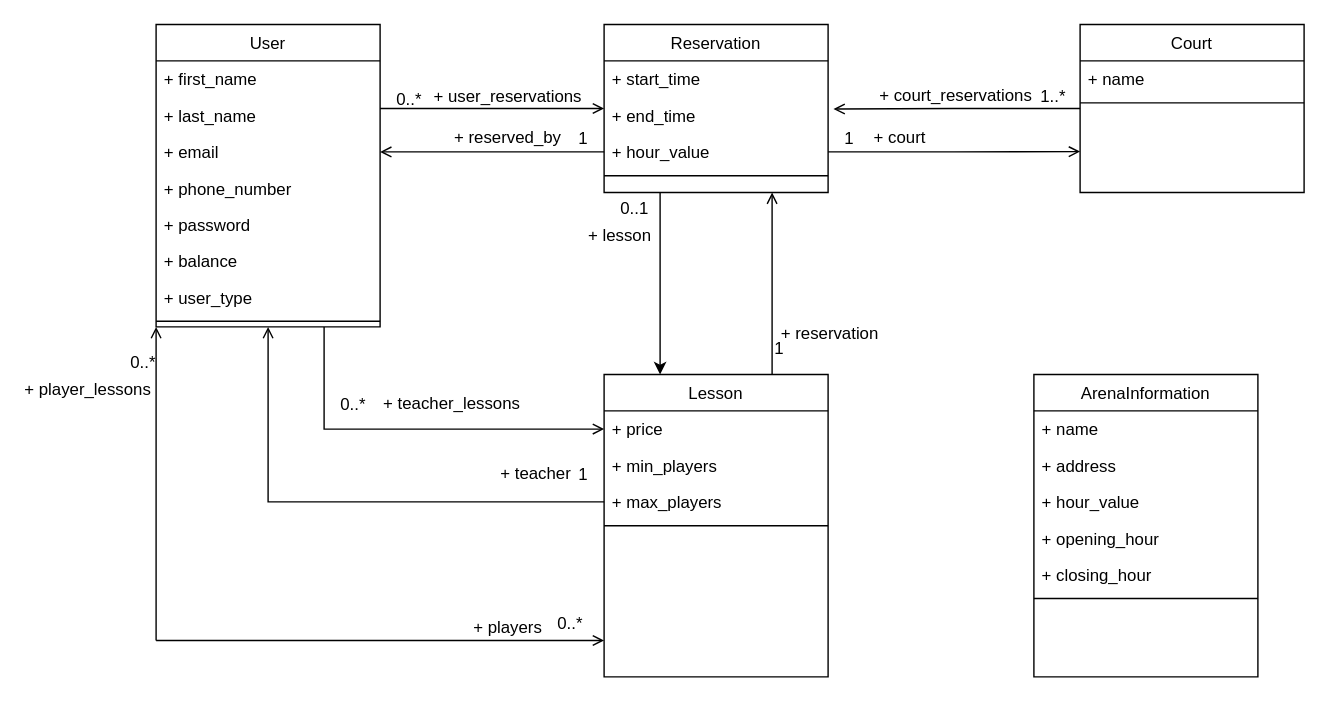
The draw.io diagram Untitled Diagram.drawio in p-schlickmann/async-crawler, before the edit. Source tidied: cells renumbered, new cells numbered last; positions are measured from the earlier drawing's top-left corner, leaving out a move shared by most shapes. Both pictures are drawn from the tidied source at 140%, with x=0, y=0 at pixel (85, 24).
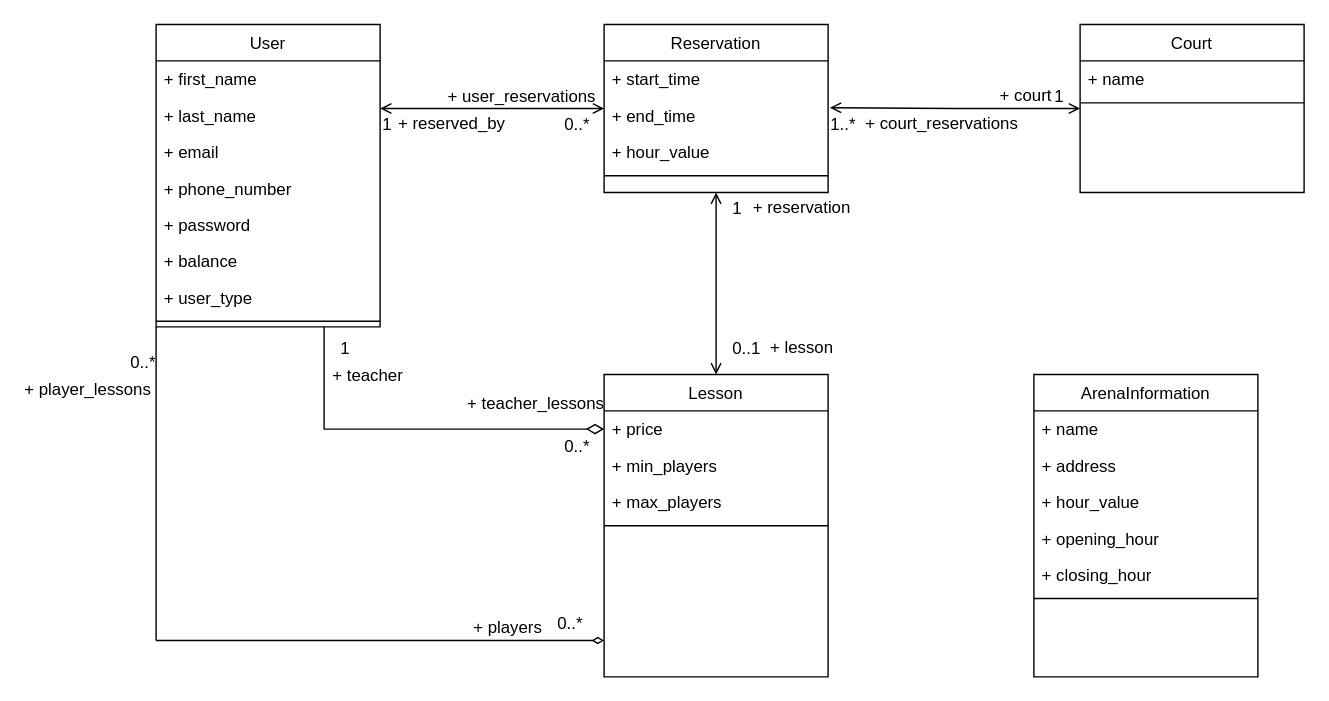
Above is the later version.

Unchanged cells that the change refers to:
```xml
<mxCell id="3" value="User" style="swimlane;fontStyle=0;align=center;verticalAlign=top;horizontal=1;startSize=26;rounded=0;shadow=0;strokeWidth=1;" parent="1" vertex="1">
  <mxGeometry x="50" width="160" height="216" as="geometry" />
</mxCell>
<mxCell id="6" value="+ email" style="text;align=left;verticalAlign=top;spacingLeft=4;spacingRight=4;overflow=hidden;points=[[0,0.5],[1,0.5]];portConstraint=eastwest;rounded=0;shadow=0;html=0;" parent="3" vertex="1">
  <mxGeometry y="78" width="160" height="26" as="geometry" />
</mxCell>
<mxCell id="13" value="Reservation" style="swimlane;fontStyle=0;align=center;verticalAlign=top;horizontal=1;startSize=26;rounded=0;shadow=0;strokeWidth=1;" parent="1" vertex="1">
  <mxGeometry x="370" width="160" height="120" as="geometry" />
</mxCell>
<mxCell id="15" value="+ end_time" style="text;align=left;verticalAlign=top;spacingLeft=4;spacingRight=4;overflow=hidden;points=[[0,0.5],[1,0.5]];portConstraint=eastwest;" parent="13" vertex="1">
  <mxGeometry y="52" width="160" height="26" as="geometry" />
</mxCell>
<mxCell id="16" value="+ hour_value" style="text;align=left;verticalAlign=top;spacingLeft=4;spacingRight=4;overflow=hidden;points=[[0,0.5],[1,0.5]];portConstraint=eastwest;" parent="13" vertex="1">
  <mxGeometry y="78" width="160" height="26" as="geometry" />
</mxCell>
<mxCell id="22" value="Court" style="swimlane;fontStyle=0;align=center;verticalAlign=top;horizontal=1;startSize=26;rounded=0;shadow=0;strokeWidth=1;" parent="1" vertex="1">
  <mxGeometry x="710" width="160" height="120" as="geometry" />
</mxCell>
<mxCell id="34" value="Lesson" style="swimlane;fontStyle=0;align=center;verticalAlign=top;horizontal=1;startSize=26;rounded=0;shadow=0;strokeWidth=1;" parent="1" vertex="1">
  <mxGeometry x="370" y="250" width="160" height="216" as="geometry" />
</mxCell>
<mxCell id="35" value="+ price" style="text;align=left;verticalAlign=top;spacingLeft=4;spacingRight=4;overflow=hidden;points=[[0,0.5],[1,0.5]];portConstraint=eastwest;" parent="34" vertex="1">
  <mxGeometry y="26" width="160" height="26" as="geometry" />
</mxCell>
<mxCell id="37" value="+ max_players" style="text;align=left;verticalAlign=top;spacingLeft=4;spacingRight=4;overflow=hidden;points=[[0,0.5],[1,0.5]];portConstraint=eastwest;rounded=0;shadow=0;html=0;" parent="34" vertex="1">
  <mxGeometry y="78" width="160" height="26" as="geometry" />
</mxCell>
```

What changed in the source:
```diff
@@
-    <mxCell id="2" style="edgeStyle=orthogonalEdgeStyle;rounded=0;jettySize=auto;html=1;exitX=0.75;exitY=1;exitDx=0;exitDy=0;entryX=0;entryY=0.5;entryDx=0;entryDy=0;endArrow=open;shadow=0;strokeWidth=1;endFill=1;" parent="1" edge="1" source="3" target="35">
+    <mxCell id="2" style="edgeStyle=orthogonalEdgeStyle;rounded=0;jettySize=auto;html=1;exitX=0.75;exitY=1;exitDx=0;exitDy=0;entryX=0;entryY=0.5;entryDx=0;entryDy=0;endArrow=diamondThin;shadow=0;strokeWidth=1;endFill=0;startArrow=none;startFill=0;endSize=10;startSize=10;" parent="1" edge="1" source="3" target="35">
       <mxGeometry relative="1" as="geometry" />
     </mxCell>
@@
-    <mxCell id="12" style="edgeStyle=orthogonalEdgeStyle;rounded=0;jettySize=auto;html=1;exitX=0.25;exitY=1;exitDx=0;exitDy=0;entryX=0.25;entryY=0;entryDx=0;entryDy=0;" parent="1" edge="1" source="13" target="34">
-      <mxGeometry relative="1" as="geometry" />
-    </mxCell>
@@
-    <mxCell id="18" style="endArrow=open;shadow=0;strokeWidth=1;rounded=0;endFill=1;edgeStyle=elbowEdgeStyle;elbow=vertical;" parent="1" edge="1" source="3" target="13">
+    <mxCell id="18" style="endArrow=open;shadow=0;strokeWidth=1;rounded=0;endFill=1;edgeStyle=elbowEdgeStyle;elbow=vertical;targetPerimeterSpacing=0;startArrow=open;startFill=0;" parent="1" edge="1" target="13">
       <mxGeometry x="0.5" y="41" relative="1" as="geometry">
+        <mxPoint x="210" y="60" as="sourcePoint" />
         <mxPoint x="-40" y="32" as="offset" />
       </mxGeometry>
     </mxCell>
     <mxCell id="19" value="0..*" style="align=left;verticalAlign=bottom;labelBackgroundColor=none;fontSize=12;" parent="18" vertex="1">
       <mxGeometry x="-1" relative="1" as="geometry">
-        <mxPoint x="10" y="2" as="offset" />
+        <mxPoint x="130" y="20" as="offset" />
       </mxGeometry>
     </mxCell>
     <mxCell id="20" value="+ user_reservations" style="text;html=1;align=center;verticalAlign=middle;labelBackgroundColor=none;rounded=0;shadow=0;strokeWidth=1;fontSize=12;" parent="18" vertex="1">
       <mxGeometry x="0.5" y="49" relative="1" as="geometry">
-        <mxPoint x="-30" y="40" as="offset" />
+        <mxPoint x="-20" y="40" as="offset" />
       </mxGeometry>
     </mxCell>
-    <mxCell id="21" style="edgeStyle=orthogonalEdgeStyle;rounded=0;jettySize=auto;html=1;exitX=0;exitY=0.5;exitDx=0;exitDy=0;entryX=1.024;entryY=0.323;entryDx=0;entryDy=0;entryPerimeter=0;endArrow=open;shadow=0;strokeWidth=1;endFill=1;" parent="1" edge="1" source="22" target="15">
+    <mxCell id="21" style="edgeStyle=orthogonalEdgeStyle;rounded=0;jettySize=auto;html=1;exitX=0;exitY=0.5;exitDx=0;exitDy=0;entryX=1.008;entryY=0.285;entryDx=0;entryDy=0;entryPerimeter=0;endArrow=open;shadow=0;strokeWidth=1;endFill=1;startArrow=open;startFill=0;" parent="1" edge="1" source="22" target="15">
       <mxGeometry relative="1" as="geometry" />
     </mxCell>
@@
-    <mxCell id="25" style="edgeStyle=orthogonalEdgeStyle;rounded=0;jettySize=auto;html=1;exitX=0;exitY=0.5;exitDx=0;exitDy=0;entryX=1;entryY=0.5;entryDx=0;entryDy=0;endArrow=open;shadow=0;strokeWidth=1;endFill=1;" parent="1" edge="1" source="16" target="6">
-      <mxGeometry relative="1" as="geometry" />
-    </mxCell>
     <mxCell id="26" value="+ reserved_by" style="text;html=1;align=center;verticalAlign=middle;labelBackgroundColor=none;rounded=0;shadow=0;strokeWidth=1;fontSize=12;" parent="1" vertex="1">
-      <mxGeometry x="300" y="80" as="geometry" />
+      <mxGeometry x="260" y="70" as="geometry" />
     </mxCell>
     <mxCell id="27" value="1" style="align=left;verticalAlign=bottom;labelBackgroundColor=none;fontSize=12;" parent="1" vertex="1">
-      <mxGeometry x="350" y="90" as="geometry" />
+      <mxGeometry x="210" y="80" as="geometry" />
     </mxCell>
     <mxCell id="28" value="+ court" style="text;html=1;align=center;verticalAlign=middle;labelBackgroundColor=none;rounded=0;shadow=0;strokeWidth=1;fontSize=12;" parent="1" vertex="1">
-      <mxGeometry x="580" y="80" as="geometry" />
+      <mxGeometry x="670" y="50" as="geometry" />
     </mxCell>
     <mxCell id="29" value="1" style="align=left;verticalAlign=bottom;labelBackgroundColor=none;fontSize=12;" parent="1" vertex="1">
-      <mxGeometry x="540" y="90" as="geometry" />
+      <mxGeometry x="690" y="60" as="geometry" />
     </mxCell>
-    <mxCell id="30" style="edgeStyle=orthogonalEdgeStyle;rounded=0;jettySize=auto;html=1;exitX=1;exitY=0.5;exitDx=0;exitDy=0;endArrow=open;shadow=0;strokeWidth=1;endFill=1;" parent="1" edge="1" source="16">
-      <mxGeometry relative="1" as="geometry">
-        <mxPoint x="710" y="90.8" as="targetPoint" />
-      </mxGeometry>
-    </mxCell>
     <mxCell id="31" value="1..*" style="align=left;verticalAlign=bottom;labelBackgroundColor=none;fontSize=12;" parent="1" vertex="1">
-      <mxGeometry x="680" y="60" as="geometry" />
+      <mxGeometry x="530" y="80" as="geometry" />
     </mxCell>
     <mxCell id="32" value="+ court_reservations" style="text;html=1;align=center;verticalAlign=middle;labelBackgroundColor=none;rounded=0;shadow=0;strokeWidth=1;fontSize=12;" parent="1" vertex="1">
-      <mxGeometry x="620" y="50" as="geometry" />
+      <mxGeometry x="610" y="70" as="geometry" />
     </mxCell>
-    <mxCell id="33" style="edgeStyle=orthogonalEdgeStyle;rounded=0;jettySize=auto;html=1;entryX=0.75;entryY=1;entryDx=0;entryDy=0;endArrow=open;shadow=0;strokeWidth=1;endFill=1;exitX=0.75;exitY=0;exitDx=0;exitDy=0;" parent="1" edge="1" source="34" target="13">
+    <mxCell id="33" style="edgeStyle=orthogonalEdgeStyle;rounded=0;jettySize=auto;html=1;entryX=0.5;entryY=1;entryDx=0;entryDy=0;endArrow=open;shadow=0;strokeWidth=1;endFill=1;exitX=0.5;exitY=0;exitDx=0;exitDy=0;startArrow=open;startFill=0;" parent="1" edge="1" source="34" target="13">
       <mxGeometry relative="1" as="geometry" />
     </mxCell>
@@
-    <mxCell id="39" style="endArrow=open;html=1;rounded=0;entryX=-0.026;entryY=0.708;entryDx=0;entryDy=0;entryPerimeter=0;shadow=0;strokeWidth=1;endFill=1;" parent="34" edge="1">
+    <mxCell id="39" style="endArrow=diamondThin;html=1;rounded=0;entryX=-0.026;entryY=0.708;entryDx=0;entryDy=0;entryPerimeter=0;shadow=0;strokeWidth=1;endFill=0;" parent="34" edge="1">
       <mxGeometry relative="1" as="geometry">
         <mxPoint x="-320" y="190" as="sourcePoint" />
         <mxPoint y="190" as="targetPoint" />
       </mxGeometry>
     </mxCell>
     <mxCell id="40" value="1" style="align=left;verticalAlign=bottom;labelBackgroundColor=none;fontSize=12;" parent="1" vertex="1">
-      <mxGeometry x="490" y="240" as="geometry" />
+      <mxGeometry x="460" y="140" as="geometry" />
     </mxCell>
     <mxCell id="41" value="+ reservation" style="text;html=1;align=center;verticalAlign=middle;labelBackgroundColor=none;rounded=0;shadow=0;strokeWidth=1;fontSize=12;" parent="1" vertex="1">
-      <mxGeometry x="530" y="220" as="geometry" />
+      <mxGeometry x="510" y="130" as="geometry" />
     </mxCell>
-    <mxCell id="42" style="edgeStyle=orthogonalEdgeStyle;rounded=0;jettySize=auto;html=1;exitX=0;exitY=0.5;exitDx=0;exitDy=0;entryX=0.5;entryY=1;entryDx=0;entryDy=0;endArrow=open;shadow=0;strokeWidth=1;endFill=1;" parent="1" edge="1" source="37" target="3">
-      <mxGeometry relative="1" as="geometry" />
-    </mxCell>
     <mxCell id="43" value="1" style="align=left;verticalAlign=bottom;labelBackgroundColor=none;fontSize=12;" parent="1" vertex="1">
-      <mxGeometry x="350" y="330" as="geometry" />
+      <mxGeometry x="180" y="240" as="geometry" />
     </mxCell>
     <mxCell id="44" value="+ teacher" style="text;html=1;align=center;verticalAlign=middle;labelBackgroundColor=none;rounded=0;shadow=0;strokeWidth=1;fontSize=12;" parent="1" vertex="1">
-      <mxGeometry x="320" y="320" as="geometry" />
+      <mxGeometry x="200" y="250" as="geometry" />
     </mxCell>
     <mxCell id="45" value="0..*" style="align=left;verticalAlign=bottom;labelBackgroundColor=none;fontSize=12;" parent="1" vertex="1">
-      <mxGeometry x="180" y="280" as="geometry" />
+      <mxGeometry x="340" y="310" as="geometry" />
     </mxCell>
     <mxCell id="46" value="+ teacher_lessons" style="text;html=1;align=center;verticalAlign=middle;labelBackgroundColor=none;rounded=0;shadow=0;strokeWidth=1;fontSize=12;" parent="1" vertex="1">
-      <mxGeometry x="260" y="270" as="geometry" />
+      <mxGeometry x="320" y="270" as="geometry" />
     </mxCell>
-    <mxCell id="47" style="endArrow=open;html=1;rounded=0;entryX=0;entryY=1;entryDx=0;entryDy=0;shadow=0;strokeWidth=1;endFill=1;" parent="1" edge="1" target="3">
+    <mxCell id="47" style="endArrow=none;html=1;rounded=0;entryX=0;entryY=1;entryDx=0;entryDy=0;shadow=0;strokeWidth=1;endFill=0;" parent="1" edge="1" target="3">
       <mxGeometry relative="1" as="geometry">
         <mxPoint x="50" y="440" as="sourcePoint" />
       </mxGeometry>
     </mxCell>
@@
     <mxCell id="52" value="+ lesson" style="text;html=1;align=center;verticalAlign=middle;labelBackgroundColor=none;rounded=0;shadow=0;strokeWidth=1;fontSize=12;" parent="1" vertex="1">
-      <mxGeometry x="380" y="150" as="geometry" />
+      <mxGeometry x="510" y="230" as="geometry" />
     </mxCell>
     <mxCell id="53" value="0..1" style="align=left;verticalAlign=bottom;labelBackgroundColor=none;fontSize=12;" parent="1" vertex="1">
-      <mxGeometry x="380" y="140" as="geometry" />
+      <mxGeometry x="460" y="240" as="geometry" />
     </mxCell>
```
